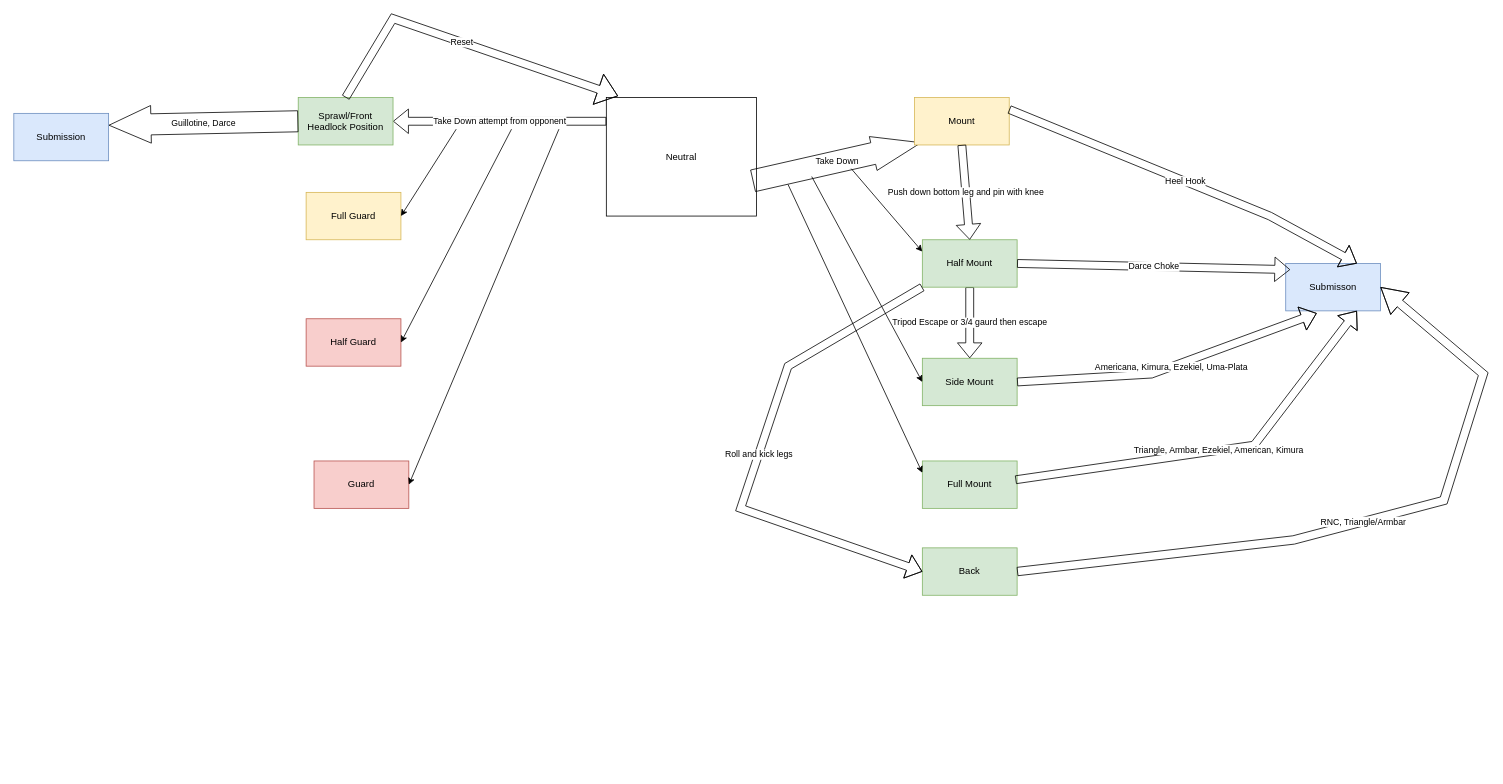
Before: Untitled Diagram.drawio in morik04/BJJ, a draw.io diagram. Source tidied: cells renumbered, new cells numbered last; positions are measured from the earlier drawing's top-left corner, leaving out a move shared by most shapes. Both pictures are drawn from the tidied source at 79%, with x=0, y=0 at pixel (13, 18).
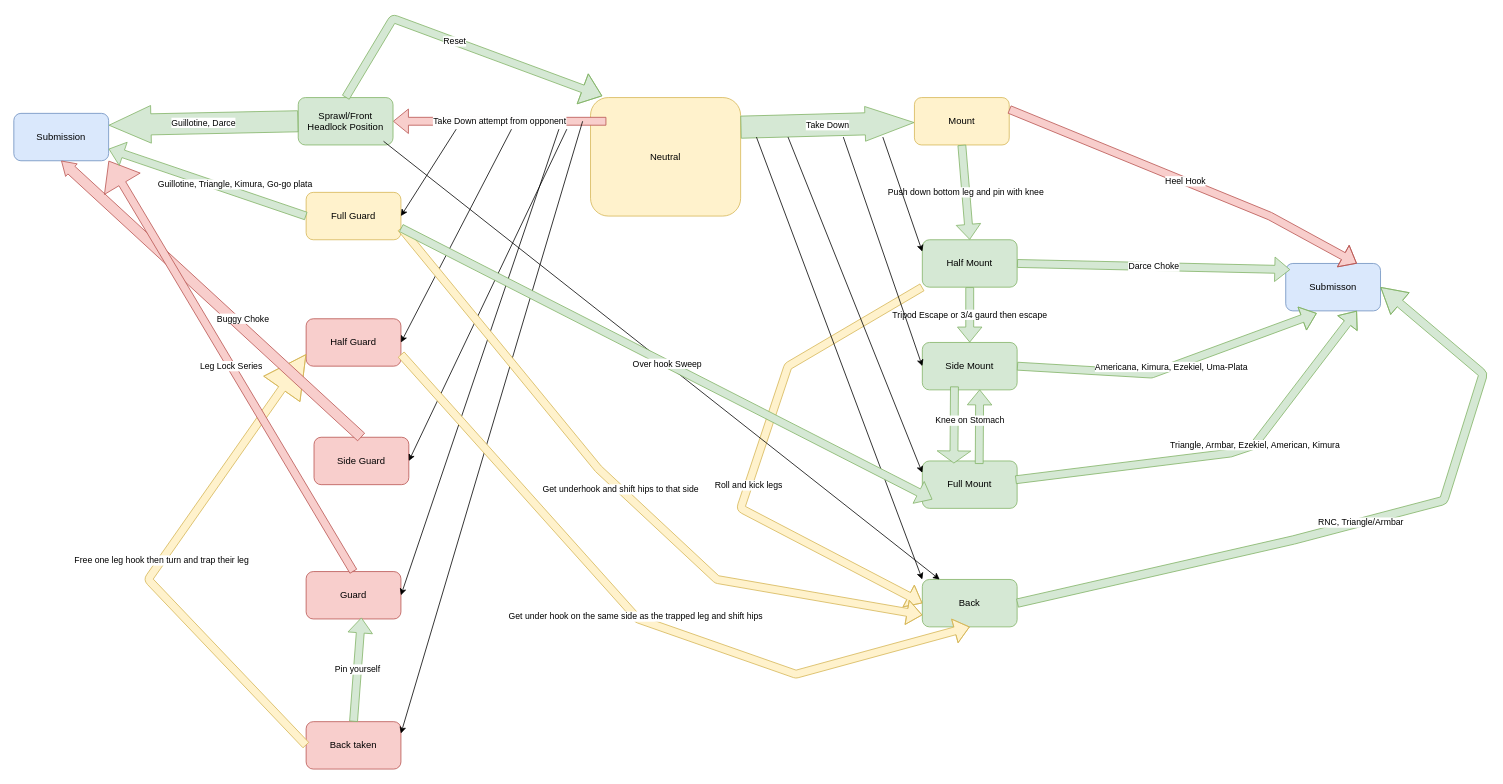
After the change.

Diff of the diagram source:
```diff
@@
-<mxGraphModel>
+<mxGraphModel background="light-dark(#ffffff, #ededed)">
@@
-    <mxCell id="2" value="Neutral" style="rounded=0;whiteSpace=wrap;html=1;" parent="1" vertex="1">
-      <mxGeometry x="750" y="100" width="190" height="150" as="geometry" />
+    <mxCell id="2" value="Neutral" style="rounded=1;whiteSpace=wrap;html=1;fillColor=#fff2cc;strokeColor=#d6b656;" parent="1" vertex="1">
+      <mxGeometry x="730" y="100" width="190" height="150" as="geometry" />
     </mxCell>
-    <mxCell id="3" value="Take Down" style="shape=flexArrow;endArrow=classic;html=1;rounded=0;endWidth=15;endSize=20.33;width=28;entryX=0.073;entryY=0.95;entryDx=0;entryDy=0;entryPerimeter=0;exitX=0.975;exitY=0.703;exitDx=0;exitDy=0;exitPerimeter=0;" parent="1" edge="1" source="2" target="4">
+    <mxCell id="3" value="Take Down" style="shape=flexArrow;endArrow=classic;html=1;rounded=1;endWidth=15;endSize=20.33;width=28;exitX=1;exitY=0.25;exitDx=0;exitDy=0;fillColor=#d5e8d4;strokeColor=#82b366;" parent="1" edge="1" source="2" target="4">
       <mxGeometry relative="1" as="geometry" />
     </mxCell>
-    <mxCell id="4" value="Mount" style="rounded=0;whiteSpace=wrap;html=1;labelBackgroundColor=none;labelBorderColor=none;fillColor=#fff2cc;strokeColor=#d6b656;" parent="1" vertex="1">
+    <mxCell id="4" value="Mount" style="rounded=1;whiteSpace=wrap;html=1;labelBackgroundColor=none;labelBorderColor=none;fillColor=#fff2cc;strokeColor=#d6b656;" parent="1" vertex="1">
       <mxGeometry x="1140" y="100" width="120" height="60" as="geometry" />
     </mxCell>
-    <mxCell id="5" value="Side Mount" style="rounded=0;whiteSpace=wrap;html=1;fillColor=#d5e8d4;strokeColor=#82b366;" parent="1" vertex="1">
-      <mxGeometry x="1150" y="430" width="120" height="60" as="geometry" />
+    <mxCell id="5" value="Side Mount" style="rounded=1;whiteSpace=wrap;html=1;fillColor=#d5e8d4;strokeColor=#82b366;" parent="1" vertex="1">
+      <mxGeometry x="1150" y="410" width="120" height="60" as="geometry" />
     </mxCell>
-    <mxCell id="6" value="Full Mount" style="rounded=0;whiteSpace=wrap;html=1;fillColor=#d5e8d4;strokeColor=#82b366;" parent="1" vertex="1">
+    <mxCell id="6" value="Full Mount" style="rounded=1;whiteSpace=wrap;html=1;fillColor=#d5e8d4;strokeColor=#82b366;" parent="1" vertex="1">
       <mxGeometry x="1150" y="560" width="120" height="60" as="geometry" />
     </mxCell>
-    <mxCell id="7" value="Tripod Escape or 3/4 gaurd then escape" style="shape=flexArrow;endArrow=classic;html=1;rounded=0;exitX=0.5;exitY=1;exitDx=0;exitDy=0;" parent="1" edge="1" source="8" target="5">
+    <mxCell id="7" value="Tripod Escape or 3/4 gaurd then escape" style="shape=flexArrow;endArrow=classic;html=1;rounded=1;exitX=0.5;exitY=1;exitDx=0;exitDy=0;fillColor=#d5e8d4;strokeColor=#82b366;" parent="1" edge="1" source="8" target="5">
       <mxGeometry relative="1" as="geometry" />
     </mxCell>
-    <mxCell id="8" value="Half Mount" style="rounded=0;whiteSpace=wrap;html=1;fillColor=#d5e8d4;strokeColor=#82b366;" parent="1" vertex="1">
+    <mxCell id="8" value="Half Mount" style="rounded=1;whiteSpace=wrap;html=1;fillColor=#d5e8d4;strokeColor=#82b366;" parent="1" vertex="1">
       <mxGeometry x="1150" y="280" width="120" height="60" as="geometry" />
     </mxCell>
-    <mxCell id="9" value="Submisson" style="rounded=0;whiteSpace=wrap;html=1;fillColor=#dae8fc;strokeColor=#6c8ebf;" parent="1" vertex="1">
+    <mxCell id="9" value="Submisson" style="rounded=1;whiteSpace=wrap;html=1;fillColor=#dae8fc;strokeColor=#6c8ebf;" parent="1" vertex="1">
       <mxGeometry x="1610" y="310" width="120" height="60" as="geometry" />
     </mxCell>
-    <mxCell id="10" value="Darce Choke" style="shape=flexArrow;endArrow=classic;html=1;rounded=0;entryX=0.047;entryY=0.13;entryDx=0;entryDy=0;entryPerimeter=0;exitX=1;exitY=0.5;exitDx=0;exitDy=0;" parent="1" edge="1" source="8" target="9">
+    <mxCell id="10" value="Darce Choke" style="shape=flexArrow;endArrow=classic;html=1;rounded=1;entryX=0.047;entryY=0.13;entryDx=0;entryDy=0;entryPerimeter=0;exitX=1;exitY=0.5;exitDx=0;exitDy=0;fillColor=#d5e8d4;strokeColor=#82b366;" parent="1" edge="1" source="8" target="9">
       <mxGeometry relative="1" as="geometry" />
     </mxCell>
-    <mxCell id="11" value="Heel Hook" style="shape=flexArrow;endArrow=classic;html=1;rounded=0;entryX=0.75;entryY=0;entryDx=0;entryDy=0;exitX=1;exitY=0.25;exitDx=0;exitDy=0;" parent="1" edge="1" source="4" target="9">
+    <mxCell id="11" value="Heel Hook" style="shape=flexArrow;endArrow=classic;html=1;rounded=1;entryX=0.75;entryY=0;entryDx=0;entryDy=0;exitX=1;exitY=0.25;exitDx=0;exitDy=0;fillColor=#f8cecc;strokeColor=#b85450;" parent="1" edge="1" source="4" target="9">
       <mxGeometry relative="1" as="geometry">
         <Array as="points">
           <mxPoint x="1590" y="250" />
         </Array>
       </mxGeometry>
     </mxCell>
-    <mxCell id="12" value="Push down bottom leg and pin with knee" style="shape=flexArrow;endArrow=classic;html=1;rounded=0;exitX=0.5;exitY=1;exitDx=0;exitDy=0;entryX=0.5;entryY=0;entryDx=0;entryDy=0;" parent="1" edge="1" source="4" target="8">
+    <mxCell id="12" value="Push down bottom leg and pin with knee" style="shape=flexArrow;endArrow=classic;html=1;rounded=1;exitX=0.5;exitY=1;exitDx=0;exitDy=0;entryX=0.5;entryY=0;entryDx=0;entryDy=0;fillColor=#d5e8d4;strokeColor=#82b366;" parent="1" edge="1" source="4" target="8">
       <mxGeometry relative="1" as="geometry" />
     </mxCell>
-    <mxCell id="13" value="Americana, Kimura, Ezekiel, Uma-Plata" style="shape=flexArrow;endArrow=classic;html=1;rounded=0;entryX=0.327;entryY=1.05;entryDx=0;entryDy=0;entryPerimeter=0;exitX=1;exitY=0.5;exitDx=0;exitDy=0;" parent="1" edge="1" source="5" target="9">
+    <mxCell id="13" value="Americana, Kimura, Ezekiel, Uma-Plata" style="shape=flexArrow;endArrow=classic;html=1;rounded=1;entryX=0.327;entryY=1.05;entryDx=0;entryDy=0;entryPerimeter=0;exitX=1;exitY=0.5;exitDx=0;exitDy=0;fillColor=#d5e8d4;strokeColor=#82b366;" parent="1" edge="1" source="5" target="9">
       <mxGeometry relative="1" as="geometry">
         <Array as="points">
           <mxPoint x="1440" y="450" />
         </Array>
       </mxGeometry>
     </mxCell>
-    <mxCell id="14" value="Triangle, Armbar, Ezekiel, American, Kimura" style="shape=flexArrow;endArrow=classic;html=1;rounded=0;entryX=0.75;entryY=1;entryDx=0;entryDy=0;exitX=0.983;exitY=0.397;exitDx=0;exitDy=0;exitPerimeter=0;" parent="1" edge="1" source="6" target="9">
-      <mxGeometry relative="1" as="geometry">
+    <mxCell id="14" value="Triangle, Armbar, Ezekiel, American, Kimura" style="shape=flexArrow;endArrow=classic;html=1;rounded=1;entryX=0.75;entryY=1;entryDx=0;entryDy=0;exitX=0.983;exitY=0.397;exitDx=0;exitDy=0;exitPerimeter=0;fillColor=#d5e8d4;strokeColor=#82b366;" parent="1" edge="1" source="6" target="9">
+      <mxGeometry x="0.18" relative="1" as="geometry">
         <Array as="points">
+          <mxPoint x="1540" y="550" />
           <mxPoint x="1570" y="540" />
         </Array>
+        <mxPoint y="1" as="offset" />
       </mxGeometry>
     </mxCell>
-    <mxCell id="15" value="Take Down attempt from opponent" style="shape=flexArrow;endArrow=classic;html=1;rounded=0;" parent="1" edge="1">
+    <mxCell id="15" value="Take Down attempt from opponent" style="shape=flexArrow;endArrow=classic;html=1;rounded=1;fillColor=#f8cecc;strokeColor=#b85450;" parent="1" edge="1">
       <mxGeometry relative="1" as="geometry">
         <mxPoint x="750" y="130" as="sourcePoint" />
         <mxPoint x="480" y="130" as="targetPoint" />
       </mxGeometry>
     </mxCell>
-    <mxCell id="16" value="Sprawl/Front Headlock Position" style="rounded=0;whiteSpace=wrap;html=1;fillColor=#d5e8d4;strokeColor=#82b366;" parent="1" vertex="1">
+    <mxCell id="16" value="Sprawl/Front Headlock Position" style="rounded=1;whiteSpace=wrap;html=1;fillColor=#d5e8d4;strokeColor=#82b366;" parent="1" vertex="1">
       <mxGeometry x="360" y="100" width="120" height="60" as="geometry" />
     </mxCell>
-    <mxCell id="17" value="Submission" style="rounded=0;whiteSpace=wrap;html=1;fillColor=#dae8fc;strokeColor=#6c8ebf;" parent="1" vertex="1">
+    <mxCell id="17" value="Submission" style="rounded=1;whiteSpace=wrap;html=1;fillColor=#dae8fc;strokeColor=#6c8ebf;" parent="1" vertex="1">
       <mxGeometry y="120" width="120" height="60" as="geometry" />
     </mxCell>
-    <mxCell id="18" value="Guillotine, Darce" style="shape=flexArrow;endArrow=classic;html=1;rounded=0;width=26.666666666666668;endSize=17.37333333333333;exitX=0;exitY=0.5;exitDx=0;exitDy=0;entryX=1;entryY=0.25;entryDx=0;entryDy=0;" parent="1" edge="1" source="16" target="17">
+    <mxCell id="18" value="Guillotine, Darce" style="shape=flexArrow;endArrow=classic;html=1;rounded=1;width=26.666666666666668;endSize=17.37333333333333;exitX=0;exitY=0.5;exitDx=0;exitDy=0;entryX=1;entryY=0.25;entryDx=0;entryDy=0;fillColor=#d5e8d4;strokeColor=#82b366;" parent="1" edge="1" source="16" target="17">
       <mxGeometry relative="1" as="geometry" />
     </mxCell>
-    <mxCell id="19" value="Reset" style="shape=flexArrow;endArrow=classic;html=1;rounded=0;endWidth=29.333333333333332;endSize=8.266666666666667;exitX=0.5;exitY=0;exitDx=0;exitDy=0;entryX=0.078;entryY=-0.013;entryDx=0;entryDy=0;entryPerimeter=0;" parent="1" edge="1" source="16" target="2">
+    <mxCell id="19" value="Reset" style="shape=flexArrow;endArrow=classic;html=1;rounded=1;endWidth=29.333333333333332;endSize=8.266666666666667;exitX=0.5;exitY=0;exitDx=0;exitDy=0;entryX=0.078;entryY=-0.013;entryDx=0;entryDy=0;entryPerimeter=0;fillColor=#d5e8d4;strokeColor=#82b366;" parent="1" edge="1" source="16" target="2">
       <mxGeometry relative="1" as="geometry">
         <Array as="points">
           <mxPoint x="480" />
         </Array>
       </mxGeometry>
     </mxCell>
-    <mxCell id="20" value="Back" style="rounded=0;whiteSpace=wrap;html=1;fillColor=#d5e8d4;strokeColor=#82b366;" parent="1" vertex="1">
-      <mxGeometry x="1150" y="670" width="120" height="60" as="geometry" />
+    <mxCell id="20" value="Back" style="rounded=1;whiteSpace=wrap;html=1;fillColor=#d5e8d4;strokeColor=#82b366;" parent="1" vertex="1">
+      <mxGeometry x="1150" y="710" width="120" height="60" as="geometry" />
     </mxCell>
-    <mxCell id="21" value="RNC, Triangle/Armbar" style="shape=flexArrow;endArrow=classic;html=1;rounded=0;exitX=1;exitY=0.5;exitDx=0;exitDy=0;width=10.666666666666666;endSize=10.213333333333333;endWidth=24.444444444444446;entryX=1;entryY=0.5;entryDx=0;entryDy=0;" parent="1" edge="1" source="20" target="9">
+    <mxCell id="21" value="RNC, Triangle/Armbar" style="shape=flexArrow;endArrow=classic;html=1;rounded=1;exitX=1;exitY=0.5;exitDx=0;exitDy=0;width=10.666666666666666;endSize=10.213333333333333;endWidth=24.444444444444446;entryX=1;entryY=0.5;entryDx=0;entryDy=0;fillColor=#d5e8d4;strokeColor=#82b366;" parent="1" edge="1" source="20" target="9">
       <mxGeometry relative="1" as="geometry">
         <Array as="points">
           <mxPoint x="1620" y="660" />
           <mxPoint x="1810" y="610" />
           <mxPoint x="1860" y="450" />
         </Array>
       </mxGeometry>
     </mxCell>
-    <mxCell id="22" value="Roll and kick legs" style="shape=flexArrow;endArrow=classic;html=1;rounded=0;exitX=0;exitY=1;exitDx=0;exitDy=0;entryX=0;entryY=0.5;entryDx=0;entryDy=0;" parent="1" edge="1" source="8" target="20">
-      <mxGeometry relative="1" as="geometry">
+    <mxCell id="22" value="Roll and kick legs" style="shape=flexArrow;endArrow=classic;html=1;rounded=1;exitX=0;exitY=1;exitDx=0;exitDy=0;entryX=0;entryY=0.5;entryDx=0;entryDy=0;fillColor=#fff2cc;strokeColor=#d6b656;" parent="1" edge="1" source="8" target="20">
+      <mxGeometry x="0.1" relative="1" as="geometry">
         <Array as="points">
           <mxPoint x="980" y="440" />
           <mxPoint x="920" y="620" />
         </Array>
       </mxGeometry>
     </mxCell>
-    <mxCell id="23" value="Full Guard" style="rounded=0;whiteSpace=wrap;html=1;fillColor=#fff2cc;strokeColor=#d6b656;" parent="1" vertex="1">
+    <mxCell id="23" value="Full Guard" style="rounded=1;whiteSpace=wrap;html=1;fillColor=#fff2cc;strokeColor=#d6b656;" parent="1" vertex="1">
       <mxGeometry x="370" y="220" width="120" height="60" as="geometry" />
     </mxCell>
-    <mxCell id="24" value="Half Guard" style="rounded=0;whiteSpace=wrap;html=1;fillColor=#f8cecc;strokeColor=#b85450;" parent="1" vertex="1">
+    <mxCell id="24" value="Half Guard" style="rounded=1;whiteSpace=wrap;html=1;fillColor=#f8cecc;strokeColor=#b85450;" parent="1" vertex="1">
       <mxGeometry x="370" y="380" width="120" height="60" as="geometry" />
     </mxCell>
-    <mxCell id="25" value="Guard" style="rounded=0;whiteSpace=wrap;html=1;fillColor=#f8cecc;strokeColor=#b85450;" parent="1" vertex="1">
-      <mxGeometry x="380" y="560" width="120" height="60" as="geometry" />
+    <mxCell id="25" value="Guard" style="rounded=1;whiteSpace=wrap;html=1;fillColor=#f8cecc;strokeColor=#b85450;" parent="1" vertex="1">
+      <mxGeometry x="370" y="700" width="120" height="60" as="geometry" />
     </mxCell>
-    <mxCell id="26" style="endArrow=classic;html=1;rounded=0;entryX=1;entryY=0.5;entryDx=0;entryDy=0;" parent="1" edge="1" target="23">
+    <mxCell id="26" style="endArrow=classic;html=1;rounded=1;entryX=1;entryY=0.5;entryDx=0;entryDy=0;" parent="1" edge="1" target="23">
       <mxGeometry relative="1" as="geometry">
         <mxPoint x="560" y="140" as="sourcePoint" />
       </mxGeometry>
     </mxCell>
-    <mxCell id="27" style="endArrow=classic;html=1;rounded=0;entryX=0;entryY=0.25;entryDx=0;entryDy=0;" parent="1" edge="1" target="8">
+    <mxCell id="27" style="endArrow=classic;html=1;rounded=1;entryX=0;entryY=0.25;entryDx=0;entryDy=0;" parent="1" edge="1" target="8">
       <mxGeometry relative="1" as="geometry">
-        <mxPoint x="1060" y="190" as="sourcePoint" />
+        <mxPoint x="1100" y="150" as="sourcePoint" />
       </mxGeometry>
     </mxCell>
-    <mxCell id="28" style="endArrow=classic;html=1;rounded=0;entryX=0;entryY=0.5;entryDx=0;entryDy=0;" parent="1" edge="1" target="5">
+    <mxCell id="28" style="endArrow=classic;html=1;rounded=1;entryX=0;entryY=0.5;entryDx=0;entryDy=0;" parent="1" edge="1" target="5">
       <mxGeometry relative="1" as="geometry">
-        <mxPoint x="1010" y="200" as="sourcePoint" />
+        <mxPoint x="1050" y="150" as="sourcePoint" />
       </mxGeometry>
     </mxCell>
-    <mxCell id="29" style="endArrow=classic;html=1;rounded=0;entryX=0;entryY=0.25;entryDx=0;entryDy=0;" parent="1" edge="1" target="6">
+    <mxCell id="29" style="endArrow=classic;html=1;rounded=1;entryX=0;entryY=0.25;entryDx=0;entryDy=0;" parent="1" edge="1" target="6">
       <mxGeometry relative="1" as="geometry">
-        <mxPoint x="980" y="210" as="sourcePoint" />
+        <mxPoint x="980" y="150" as="sourcePoint" />
       </mxGeometry>
     </mxCell>
-    <mxCell id="30" style="endArrow=classic;html=1;rounded=0;entryX=1;entryY=0.5;entryDx=0;entryDy=0;" parent="1" edge="1" target="24">
+    <mxCell id="30" style="endArrow=classic;html=1;rounded=1;entryX=1;entryY=0.5;entryDx=0;entryDy=0;" parent="1" edge="1" target="24">
       <mxGeometry relative="1" as="geometry">
         <mxPoint x="630" y="140" as="sourcePoint" />
       </mxGeometry>
     </mxCell>
-    <mxCell id="31" style="endArrow=classic;html=1;rounded=0;entryX=1;entryY=0.5;entryDx=0;entryDy=0;" parent="1" edge="1" target="25">
+    <mxCell id="31" style="endArrow=classic;html=1;rounded=1;entryX=1;entryY=0.5;entryDx=0;entryDy=0;" parent="1" edge="1" target="25">
       <mxGeometry relative="1" as="geometry">
         <mxPoint x="690" y="140" as="sourcePoint" />
       </mxGeometry>
     </mxCell>
+    <mxCell id="32" value="Back taken" style="rounded=1;whiteSpace=wrap;html=1;fillColor=#f8cecc;strokeColor=#b85450;" parent="1" vertex="1">
+      <mxGeometry x="370" y="890" width="120" height="60" as="geometry" />
+    </mxCell>
+    <mxCell id="33" style="endArrow=classic;html=1;rounded=1;entryX=1;entryY=0.25;entryDx=0;entryDy=0;" parent="1" edge="1" target="32">
+      <mxGeometry relative="1" as="geometry">
+        <mxPoint x="720" y="130" as="sourcePoint" />
+      </mxGeometry>
+    </mxCell>
+    <mxCell id="34" value="Free one leg hook then turn and trap their leg" style="shape=flexArrow;endArrow=classic;html=1;rounded=1;endWidth=45;endSize=17.325;exitX=0;exitY=0.5;exitDx=0;exitDy=0;entryX=0;entryY=0.75;entryDx=0;entryDy=0;fillColor=#fff2cc;strokeColor=#d6b656;" parent="1" edge="1" source="32" target="24">
+      <mxGeometry relative="1" as="geometry">
+        <Array as="points">
+          <mxPoint x="170" y="710" />
+        </Array>
+      </mxGeometry>
+    </mxCell>
+    <mxCell id="35" value="Pin yourself" style="shape=flexArrow;endArrow=classic;html=1;rounded=1;entryX=0.583;entryY=0.969;entryDx=0;entryDy=0;entryPerimeter=0;exitX=0.5;exitY=0;exitDx=0;exitDy=0;fillColor=#d5e8d4;strokeColor=#82b366;" parent="1" edge="1" source="32" target="25">
+      <mxGeometry relative="1" as="geometry" />
+    </mxCell>
+    <mxCell id="36" value="Side Guard" style="rounded=1;whiteSpace=wrap;html=1;fillColor=#f8cecc;strokeColor=#b85450;" parent="1" vertex="1">
+      <mxGeometry x="380" y="530" width="120" height="60" as="geometry" />
+    </mxCell>
+    <mxCell id="37" style="endArrow=classic;html=1;rounded=1;entryX=1;entryY=0.5;entryDx=0;entryDy=0;" parent="1" edge="1" target="36">
+      <mxGeometry relative="1" as="geometry">
+        <mxPoint x="700" y="140" as="sourcePoint" />
+      </mxGeometry>
+    </mxCell>
+    <mxCell id="38" value="Buggy Choke" style="shape=flexArrow;endArrow=classic;html=1;rounded=1;width=13.10344827586207;endSize=5.331034482758621;entryX=0.5;entryY=1;entryDx=0;entryDy=0;exitX=0.5;exitY=0;exitDx=0;exitDy=0;endWidth=7.51486325802616;fillColor=#f8cecc;strokeColor=#b85450;" parent="1" edge="1" source="36" target="17">
+      <mxGeometry x="-0.18" y="-9" relative="1" as="geometry" />
+    </mxCell>
+    <mxCell id="39" style="endArrow=classic;html=1;rounded=1;entryX=0;entryY=0;entryDx=0;entryDy=0;" parent="1" edge="1" target="20">
+      <mxGeometry relative="1" as="geometry">
+        <mxPoint x="940" y="150" as="sourcePoint" />
+      </mxGeometry>
+    </mxCell>
+    <mxCell id="40" style="endArrow=classic;html=1;rounded=1;exitX=0.9;exitY=0.922;exitDx=0;exitDy=0;exitPerimeter=0;" parent="1" edge="1" source="16" target="20">
+      <mxGeometry relative="1" as="geometry" />
+    </mxCell>
+    <mxCell id="41" value="Leg Lock Series" style="shape=flexArrow;endArrow=classic;html=1;rounded=1;width=10;endSize=10.783333333333333;endWidth=41.66666666666667;entryX=1;entryY=1;entryDx=0;entryDy=0;exitX=0.5;exitY=0;exitDx=0;exitDy=0;fillColor=#f8cecc;strokeColor=#b85450;" parent="1" edge="1" source="25" target="17">
+      <mxGeometry relative="1" as="geometry" />
+    </mxCell>
+    <mxCell id="42" value="Get underhook and shift hips to that side" style="shape=flexArrow;endArrow=classic;html=1;rounded=1;exitX=1;exitY=0.75;exitDx=0;exitDy=0;entryX=0;entryY=0.75;entryDx=0;entryDy=0;fillColor=#fff2cc;strokeColor=#d6b656;" parent="1" edge="1" source="23" target="20">
+      <mxGeometry relative="1" as="geometry">
+        <Array as="points">
+          <mxPoint x="740" y="570" />
+          <mxPoint x="890" y="710" />
+        </Array>
+      </mxGeometry>
+    </mxCell>
+    <mxCell id="43" value="Get under hook on the same side as the trapped leg and shift hips" style="shape=flexArrow;endArrow=classic;html=1;rounded=1;exitX=1;exitY=0.75;exitDx=0;exitDy=0;entryX=0.5;entryY=1;entryDx=0;entryDy=0;fillColor=#fff2cc;strokeColor=#d6b656;" parent="1" edge="1" source="24" target="20">
+      <mxGeometry relative="1" as="geometry">
+        <Array as="points">
+          <mxPoint x="790" y="760" />
+          <mxPoint x="990" y="830" />
+        </Array>
+      </mxGeometry>
+    </mxCell>
+    <mxCell id="44" value="Over hook Sweep" style="shape=flexArrow;endArrow=classic;html=1;rounded=1;exitX=1;exitY=0.75;exitDx=0;exitDy=0;entryX=0.106;entryY=0.811;entryDx=0;entryDy=0;entryPerimeter=0;fillColor=#d5e8d4;strokeColor=#82b366;" parent="1" edge="1" source="23" target="6">
+      <mxGeometry relative="1" as="geometry" />
+    </mxCell>
+    <mxCell id="45" value="Guillotine, Triangle, Kimura, Go-go plata" style="shape=flexArrow;endArrow=classic;html=1;rounded=1;entryX=1;entryY=0.75;entryDx=0;entryDy=0;exitX=0;exitY=0.5;exitDx=0;exitDy=0;fillColor=#d5e8d4;strokeColor=#82b366;" parent="1" edge="1" source="23" target="17">
+      <mxGeometry x="-0.26" y="-9" relative="1" as="geometry" />
+    </mxCell>
+    <mxCell id="46" style="shape=flexArrow;endArrow=classic;html=1;rounded=1;entryX=0.605;entryY=0.992;entryDx=0;entryDy=0;entryPerimeter=0;exitX=0.6;exitY=0.063;exitDx=0;exitDy=0;exitPerimeter=0;fillColor=#d5e8d4;strokeColor=#82b366;" parent="1" edge="1" source="6" target="5">
+      <mxGeometry relative="1" as="geometry" />
+    </mxCell>
+    <mxCell id="47" value="Knee on Stomach" style="shape=flexArrow;endArrow=classic;html=1;rounded=1;endWidth=31.666666666666668;endSize=4.783333333333334;entryX=0.333;entryY=0.052;entryDx=0;entryDy=0;fillColor=#d5e8d4;strokeColor=#82b366;exitX=0.339;exitY=0.928;exitDx=0;exitDy=0;exitPerimeter=0;entryPerimeter=0;" parent="1" edge="1" source="5" target="6">
+      <mxGeometry x="-0.12" y="20" relative="1" as="geometry" />
+    </mxCell>
```
